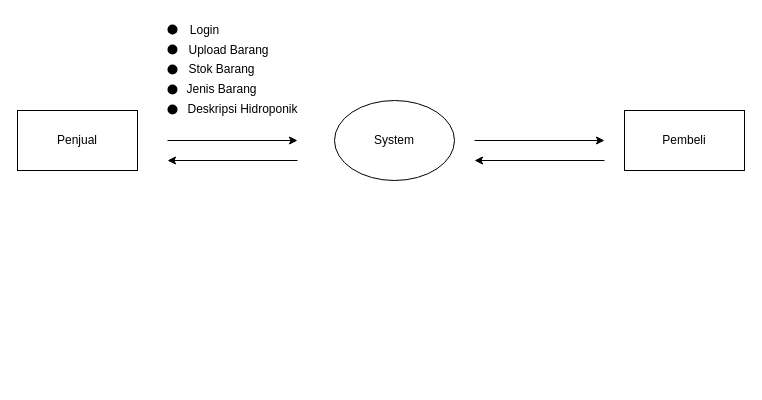
The draw.io diagram page "diagram konteks v_mart" (6 of 10) of File_Proyek3/diagram v_mart.drawio in aldinurhanudin/Vmart_API, before the edit. Source tidied: cells renumbered, new cells numbered last; positions are measured from the earlier drawing's top-left corner, leaving out a move shared by most shapes. Both pictures are drawn from the tidied source at 100%, with x=0, y=0 at pixel (17, 20).
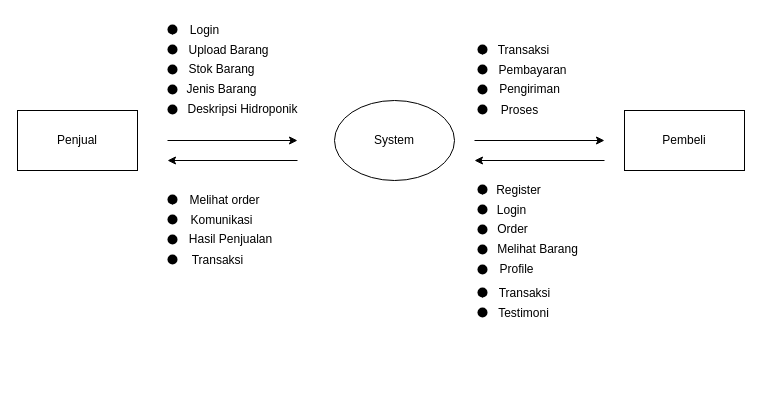
The same page after the edit.

Change to the diagram source:
```diff
@@
+    <mxCell id="24" style="group;" parent="1" vertex="1">
+      <mxGeometry x="150" y="170" width="140" height="99" as="geometry" />
+    </mxCell>
+    <mxCell id="25" style="ellipse;fillColor=#000000;strokeColor=none;" parent="24" vertex="1">
+      <mxGeometry y="44" width="10" height="10" as="geometry" />
+    </mxCell>
+    <mxCell id="26" style="ellipse;fillColor=#000000;strokeColor=none;" parent="24" vertex="1">
+      <mxGeometry y="24" width="10" height="10" as="geometry" />
+    </mxCell>
+    <mxCell id="27" style="ellipse;fillColor=#000000;strokeColor=none;" parent="24" vertex="1">
+      <mxGeometry y="64" width="10" height="10" as="geometry" />
+    </mxCell>
+    <mxCell id="28" style="ellipse;fillColor=#000000;strokeColor=none;" parent="24" vertex="1">
+      <mxGeometry y="4" width="10" height="10" as="geometry" />
+    </mxCell>
+    <mxCell id="29" style="edgeStyle=none;rounded=0;orthogonalLoop=1;jettySize=auto;html=1;exitX=0.5;exitY=0;exitDx=0;exitDy=0;entryX=0.5;entryY=1;entryDx=0;entryDy=0;startArrow=classic;startFill=1;endArrow=none;endFill=0;" parent="24" edge="1" source="28" target="28">
+      <mxGeometry relative="1" as="geometry" />
+    </mxCell>
+    <mxCell id="30" value="Transaksi" style="text;html=1;align=center;verticalAlign=middle;" parent="24" vertex="1">
+      <mxGeometry x="15" y="60" width="70" height="20" as="geometry" />
+    </mxCell>
+    <mxCell id="31" value="Hasil Penjualan" style="text;html=1;align=center;verticalAlign=middle;" parent="24" vertex="1">
+      <mxGeometry x="13" y="39" width="100" height="20" as="geometry" />
+    </mxCell>
+    <mxCell id="32" value="Komunikasi" style="text;html=1;align=center;verticalAlign=middle;" parent="24" vertex="1">
+      <mxGeometry x="14" y="20" width="80" height="20" as="geometry" />
+    </mxCell>
+    <mxCell id="33" value="Melihat order" style="text;html=1;align=center;verticalAlign=middle;" parent="24" vertex="1">
+      <mxGeometry x="12" width="90" height="20" as="geometry" />
+    </mxCell>
+    <mxCell id="34" style="group;" parent="1" vertex="1">
+      <mxGeometry x="460" y="20" width="140" height="99" as="geometry" />
+    </mxCell>
+    <mxCell id="35" style="ellipse;fillColor=#000000;strokeColor=none;" parent="34" vertex="1">
+      <mxGeometry y="44" width="10" height="10" as="geometry" />
+    </mxCell>
+    <mxCell id="36" style="ellipse;fillColor=#000000;strokeColor=none;" parent="34" vertex="1">
+      <mxGeometry y="24" width="10" height="10" as="geometry" />
+    </mxCell>
+    <mxCell id="37" style="ellipse;fillColor=#000000;strokeColor=none;" parent="34" vertex="1">
+      <mxGeometry y="64" width="10" height="10" as="geometry" />
+    </mxCell>
+    <mxCell id="38" style="ellipse;fillColor=#000000;strokeColor=none;" parent="34" vertex="1">
+      <mxGeometry y="4" width="10" height="10" as="geometry" />
+    </mxCell>
+    <mxCell id="39" style="edgeStyle=none;rounded=0;orthogonalLoop=1;jettySize=auto;html=1;exitX=0.5;exitY=0;exitDx=0;exitDy=0;entryX=0.5;entryY=1;entryDx=0;entryDy=0;startArrow=classic;startFill=1;endArrow=none;endFill=0;" parent="34" edge="1" source="38" target="38">
+      <mxGeometry relative="1" as="geometry" />
+    </mxCell>
+    <mxCell id="40" value="Proses" style="text;html=1;align=center;verticalAlign=middle;" parent="34" vertex="1">
+      <mxGeometry x="17" y="60" width="50" height="20" as="geometry" />
+    </mxCell>
+    <mxCell id="41" value="Pengiriman" style="text;html=1;align=center;verticalAlign=middle;" parent="34" vertex="1">
+      <mxGeometry x="12" y="39" width="80" height="20" as="geometry" />
+    </mxCell>
+    <mxCell id="42" value="Pembayaran" style="text;html=1;align=center;verticalAlign=middle;" parent="34" vertex="1">
+      <mxGeometry x="15" y="20" width="80" height="20" as="geometry" />
+    </mxCell>
+    <mxCell id="43" value="Transaksi" style="text;html=1;align=center;verticalAlign=middle;" parent="34" vertex="1">
+      <mxGeometry x="11" width="70" height="20" as="geometry" />
+    </mxCell>
+    <mxCell id="44" style="group;" parent="1" vertex="1">
+      <mxGeometry x="460" y="160" width="140" height="99" as="geometry" />
+    </mxCell>
+    <mxCell id="45" style="ellipse;fillColor=#000000;strokeColor=none;" parent="44" vertex="1">
+      <mxGeometry y="44" width="10" height="10" as="geometry" />
+    </mxCell>
+    <mxCell id="46" style="ellipse;fillColor=#000000;strokeColor=none;" parent="44" vertex="1">
+      <mxGeometry y="24" width="10" height="10" as="geometry" />
+    </mxCell>
+    <mxCell id="47" style="ellipse;fillColor=#000000;strokeColor=none;" parent="44" vertex="1">
+      <mxGeometry y="84" width="10" height="10" as="geometry" />
+    </mxCell>
+    <mxCell id="48" style="ellipse;fillColor=#000000;strokeColor=none;" parent="44" vertex="1">
+      <mxGeometry y="64" width="10" height="10" as="geometry" />
+    </mxCell>
+    <mxCell id="49" style="ellipse;fillColor=#000000;strokeColor=none;" parent="44" vertex="1">
+      <mxGeometry y="4" width="10" height="10" as="geometry" />
+    </mxCell>
+    <mxCell id="50" style="edgeStyle=none;rounded=0;orthogonalLoop=1;jettySize=auto;html=1;exitX=0.5;exitY=0;exitDx=0;exitDy=0;entryX=0.5;entryY=1;entryDx=0;entryDy=0;startArrow=classic;startFill=1;endArrow=none;endFill=0;" parent="44" edge="1" source="49" target="49">
+      <mxGeometry relative="1" as="geometry" />
+    </mxCell>
+    <mxCell id="51" value="Profile" style="text;html=1;align=center;verticalAlign=middle;" parent="44" vertex="1">
+      <mxGeometry x="14" y="79" width="50" height="20" as="geometry" />
+    </mxCell>
+    <mxCell id="52" value="Melihat Barang" style="text;html=1;align=center;verticalAlign=middle;" parent="44" vertex="1">
+      <mxGeometry x="10" y="59" width="100" height="20" as="geometry" />
+    </mxCell>
+    <mxCell id="53" value="Order" style="text;html=1;align=center;verticalAlign=middle;" parent="44" vertex="1">
+      <mxGeometry x="10" y="39" width="50" height="20" as="geometry" />
+    </mxCell>
+    <mxCell id="54" value="Login" style="text;html=1;align=center;verticalAlign=middle;" parent="44" vertex="1">
+      <mxGeometry x="14" y="20" width="40" height="20" as="geometry" />
+    </mxCell>
+    <mxCell id="55" value="Register" style="text;html=1;align=center;verticalAlign=middle;" parent="44" vertex="1">
+      <mxGeometry x="11" width="60" height="20" as="geometry" />
+    </mxCell>
+    <mxCell id="56" style="group;" parent="1" vertex="1">
+      <mxGeometry x="460" y="263" width="140" height="99" as="geometry" />
+    </mxCell>
+    <mxCell id="57" style="ellipse;fillColor=#000000;strokeColor=none;" parent="56" vertex="1">
+      <mxGeometry y="24" width="10" height="10" as="geometry" />
+    </mxCell>
+    <mxCell id="58" style="ellipse;fillColor=#000000;strokeColor=none;" parent="56" vertex="1">
+      <mxGeometry y="4" width="10" height="10" as="geometry" />
+    </mxCell>
+    <mxCell id="59" style="edgeStyle=none;rounded=0;orthogonalLoop=1;jettySize=auto;html=1;exitX=0.5;exitY=0;exitDx=0;exitDy=0;entryX=0.5;entryY=1;entryDx=0;entryDy=0;startArrow=classic;startFill=1;endArrow=none;endFill=0;" parent="56" edge="1" source="58" target="58">
+      <mxGeometry relative="1" as="geometry" />
+    </mxCell>
+    <mxCell id="60" value="Testimoni" style="text;html=1;align=center;verticalAlign=middle;" parent="56" vertex="1">
+      <mxGeometry x="11" y="20" width="70" height="20" as="geometry" />
+    </mxCell>
+    <mxCell id="61" value="Transaksi" style="text;html=1;align=center;verticalAlign=middle;" parent="56" vertex="1">
+      <mxGeometry x="12" width="70" height="20" as="geometry" />
+    </mxCell>
```
